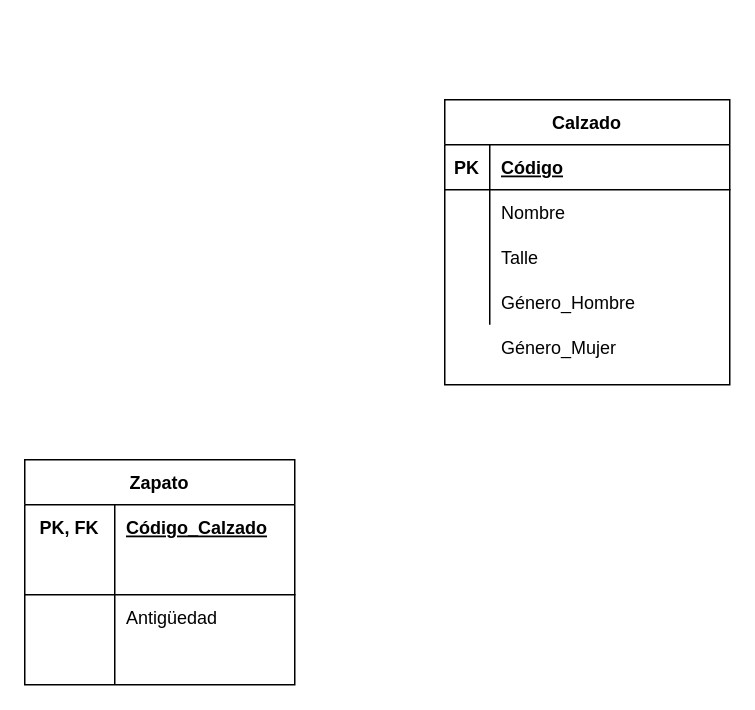
Above: Leandro Cantero - Parcial (MR).drawio in LeandroCantero/BaseDeDatos-Unahur (draw.io), before the change. Source tidied: cells renumbered, new cells numbered last; positions are measured from the earlier drawing's top-left corner, leaving out a move shared by most shapes. Both pictures are drawn from the tidied source at 150%, with x=0, y=0 at pixel (24, 99).
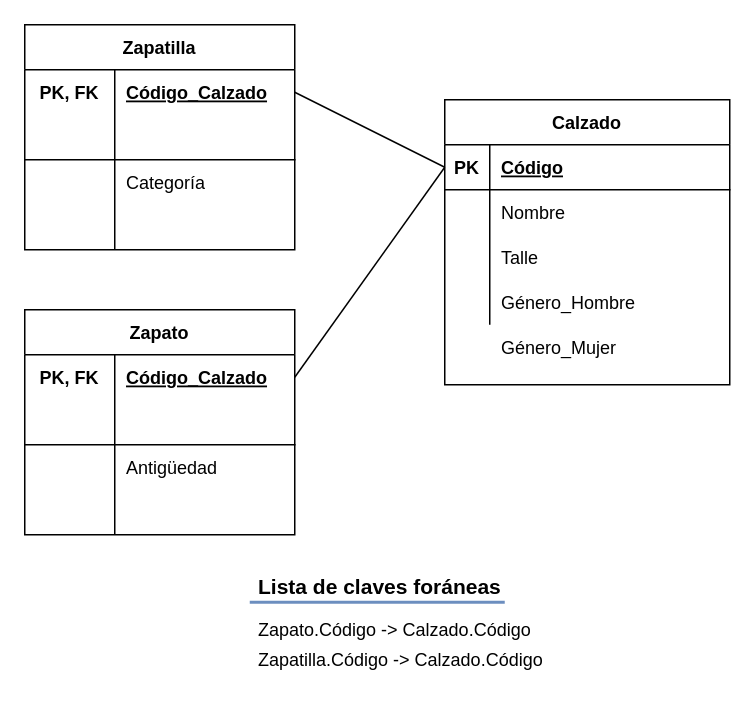
The same page after the edit.

Unchanged cells that the change refers to:
```xml
<mxCell id="3" style="shape=tableRow;horizontal=0;startSize=0;swimlaneHead=0;swimlaneBody=0;fillColor=none;points=[[0,0.5],[1,0.5]];portConstraint=eastwest;top=0;left=0;right=0;bottom=1;" parent="2" vertex="1">
  <mxGeometry y="30" width="190" height="30" as="geometry" />
</mxCell>
<mxCell id="17" style="shape=tableRow;horizontal=0;startSize=0;swimlaneHead=0;swimlaneBody=0;fillColor=none;points=[[0,0.5],[1,0.5]];portConstraint=eastwest;top=0;left=0;right=0;bottom=0;" parent="16" vertex="1">
  <mxGeometry y="30" width="180" height="30" as="geometry" />
</mxCell>
```

Diff of the diagram source:
```diff
@@
     <mxCell id="16" value="Zapato" style="shape=table;startSize=30;childLayout=tableLayout;rowLines=0;fontStyle=1;align=center;" parent="1" vertex="1">
-      <mxGeometry y="240" width="180" height="150" as="geometry" />
+      <mxGeometry y="140" width="180" height="150" as="geometry" />
     </mxCell>
@@
+    <mxCell id="29" value="Zapatilla" style="shape=table;startSize=30;childLayout=tableLayout;rowLines=0;fontStyle=1;align=center;" parent="1" vertex="1">
+      <mxGeometry y="-50" width="180" height="150" as="geometry" />
+    </mxCell>
+    <mxCell id="30" style="shape=tableRow;horizontal=0;startSize=0;swimlaneHead=0;swimlaneBody=0;fillColor=none;points=[[0,0.5],[1,0.5]];portConstraint=eastwest;top=0;left=0;right=0;bottom=0;" parent="29" vertex="1">
+      <mxGeometry y="30" width="180" height="30" as="geometry" />
+    </mxCell>
+    <mxCell id="31" value="PK, FK" style="shape=partialRectangle;fillColor=none;top=0;left=0;bottom=0;right=0;fontStyle=1;overflow=hidden;" parent="30" vertex="1">
+      <mxGeometry width="60" height="30" as="geometry" />
+    </mxCell>
+    <mxCell id="32" value="Código_Calzado" style="shape=partialRectangle;fillColor=none;top=0;left=0;bottom=0;right=0;align=left;spacingLeft=6;fontStyle=5;overflow=hidden;" parent="30" vertex="1">
+      <mxGeometry x="60" width="120" height="30" as="geometry" />
+    </mxCell>
+    <mxCell id="33" style="shape=tableRow;horizontal=0;startSize=0;swimlaneHead=0;swimlaneBody=0;fillColor=none;top=0;left=0;right=0;bottom=1;" parent="29" vertex="1">
+      <mxGeometry y="60" width="180" height="30" as="geometry" />
+    </mxCell>
+    <mxCell id="34" style="shape=partialRectangle;fillColor=none;top=0;left=0;bottom=0;right=0;fontStyle=1;overflow=hidden;" parent="33" vertex="1">
+      <mxGeometry width="60" height="30" as="geometry" />
+    </mxCell>
+    <mxCell id="35" style="shape=partialRectangle;fillColor=none;top=0;left=0;bottom=0;right=0;align=left;spacingLeft=6;fontStyle=5;overflow=hidden;" parent="33" vertex="1">
+      <mxGeometry x="60" width="120" height="30" as="geometry" />
+    </mxCell>
+    <mxCell id="36" style="shape=tableRow;horizontal=0;startSize=0;swimlaneHead=0;swimlaneBody=0;fillColor=none;top=0;left=0;right=0;bottom=0;" parent="29" vertex="1">
+      <mxGeometry y="90" width="180" height="30" as="geometry" />
+    </mxCell>
+    <mxCell id="37" style="shape=partialRectangle;fillColor=none;top=0;left=0;bottom=0;right=0;overflow=hidden;" parent="36" vertex="1">
+      <mxGeometry width="60" height="30" as="geometry" />
+    </mxCell>
+    <mxCell id="38" value="Categoría" style="shape=partialRectangle;fillColor=none;top=0;left=0;bottom=0;right=0;align=left;spacingLeft=6;overflow=hidden;" parent="36" vertex="1">
+      <mxGeometry x="60" width="120" height="30" as="geometry" />
+    </mxCell>
+    <mxCell id="39" style="shape=tableRow;horizontal=0;startSize=0;swimlaneHead=0;swimlaneBody=0;fillColor=none;top=0;left=0;right=0;bottom=0;" parent="29" vertex="1">
+      <mxGeometry y="120" width="180" height="30" as="geometry" />
+    </mxCell>
+    <mxCell id="40" style="shape=partialRectangle;fillColor=none;top=0;left=0;bottom=0;right=0;overflow=hidden;" parent="39" vertex="1">
+      <mxGeometry width="60" height="30" as="geometry" />
+    </mxCell>
+    <mxCell id="41" style="shape=partialRectangle;fillColor=none;top=0;left=0;bottom=0;right=0;align=left;spacingLeft=6;overflow=hidden;" parent="39" vertex="1">
+      <mxGeometry x="60" width="120" height="30" as="geometry" />
+    </mxCell>
+    <mxCell id="42" style="endArrow=none;html=1;rounded=0;entryX=1;entryY=0.5;entryDx=0;entryDy=0;exitX=0;exitY=0.5;exitDx=0;exitDy=0;" parent="1" edge="1" source="3" target="30">
+      <mxGeometry relative="1" as="geometry" />
+    </mxCell>
+    <mxCell id="43" style="endArrow=none;html=1;rounded=0;entryX=1;entryY=0.5;entryDx=0;entryDy=0;exitX=0;exitY=0.5;exitDx=0;exitDy=0;" parent="1" edge="1" source="3" target="17">
+      <mxGeometry relative="1" as="geometry" />
+    </mxCell>
+    <mxCell id="44" value="Lista de claves foráneas" style="text;strokeColor=none;fillColor=none;spacingLeft=4;spacingRight=4;overflow=hidden;fontSize=14;fontStyle=1;" parent="1" vertex="1">
+      <mxGeometry x="150" y="310" width="175" height="30" as="geometry" />
+    </mxCell>
+    <mxCell id="45" value="Zapato.Código -&gt; Calzado.Código" style="text;strokeColor=none;fillColor=none;spacingLeft=4;spacingRight=4;overflow=hidden;fontSize=12;" parent="1" vertex="1">
+      <mxGeometry x="150" y="340" width="200" height="30" as="geometry" />
+    </mxCell>
+    <mxCell id="46" style="line;strokeWidth=2;dashed=0;labelPosition=right;align=left;verticalAlign=middle;spacingTop=0;spacingLeft=6;fontSize=14;fillColor=#dae8fc;strokeColor=#6c8ebf;" parent="1" vertex="1">
+      <mxGeometry x="150" y="330" width="170" height="10" as="geometry" />
+    </mxCell>
+    <mxCell id="47" value="Zapatilla.Código -&gt; Calzado.Código" style="text;strokeColor=none;fillColor=none;spacingLeft=4;spacingRight=4;overflow=hidden;fontSize=12;" parent="1" vertex="1">
+      <mxGeometry x="150" y="360" width="250" height="30" as="geometry" />
+    </mxCell>
```
